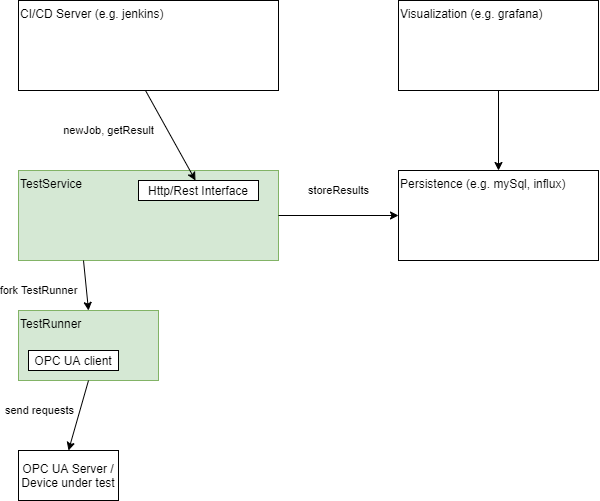
This is drawio/architecture.png from matkonnerth/opcuatesttool, a draw.io export, as it was before one commit. Source tidied: cells renumbered, new cells last; positions are measured from the earlier drawing's top-left corner, leaving out a move shared by most shapes. Its diagram source:
```xml
<mxGraphModel>
  <root>
    <mxCell id="0" />
    <mxCell id="1" parent="0" />
    <mxCell id="2" value="TestRunner" style="rounded=0;whiteSpace=wrap;html=1;align=left;verticalAlign=top;fillColor=#d5e8d4;strokeColor=#82b366;" parent="1" vertex="1">
      <mxGeometry y="310" width="140" height="70" as="geometry" />
    </mxCell>
    <mxCell id="3" value="TestService" style="rounded=0;whiteSpace=wrap;html=1;align=left;verticalAlign=top;fillColor=#d5e8d4;strokeColor=#82b366;" parent="1" vertex="1">
      <mxGeometry y="170" width="260" height="90" as="geometry" />
    </mxCell>
    <mxCell id="4" value="Http/Rest Interface" style="rounded=0;whiteSpace=wrap;html=1;" parent="1" vertex="1">
      <mxGeometry x="120" y="180" width="120" height="20" as="geometry" />
    </mxCell>
    <mxCell id="5" value="OPC UA client" style="rounded=0;whiteSpace=wrap;html=1;" parent="1" vertex="1">
      <mxGeometry x="10" y="350" width="90" height="20" as="geometry" />
    </mxCell>
    <mxCell id="6" value="OPC UA Server / Device under test" style="rounded=0;whiteSpace=wrap;html=1;" parent="1" vertex="1">
      <mxGeometry y="450" width="100" height="50" as="geometry" />
    </mxCell>
    <mxCell id="7" value="CI/CD Server (e.g. jenkins)" style="rounded=0;whiteSpace=wrap;html=1;align=left;verticalAlign=top;" parent="1" vertex="1">
      <mxGeometry width="260" height="90" as="geometry" />
    </mxCell>
    <mxCell id="8" value="Persistence (e.g. mySql, influx)" style="rounded=0;whiteSpace=wrap;html=1;align=left;verticalAlign=top;" parent="1" vertex="1">
      <mxGeometry x="380" y="170" width="200" height="90" as="geometry" />
    </mxCell>
    <mxCell id="9" value="newJob, getResult" style="endArrow=classic;html=1;entryX=0.5;entryY=0;entryDx=0;entryDy=0;exitX=0.5;exitY=1;exitDx=0;exitDy=0;" parent="1" edge="1">
      <mxGeometry x="-0.67" y="-52" relative="1" as="geometry">
        <mxPoint x="127" y="90" as="sourcePoint" />
        <mxPoint x="177" y="180" as="targetPoint" />
      </mxGeometry>
    </mxCell>
    <mxCell id="10" value="fork TestRunner" style="endArrow=classic;html=1;entryX=0.5;entryY=0;entryDx=0;entryDy=0;exitX=0.25;exitY=1;exitDx=0;exitDy=0;" parent="1" edge="1" source="3" target="2">
      <mxGeometry x="0.01" y="-48" relative="1" as="geometry" />
    </mxCell>
    <mxCell id="11" style="endArrow=classic;html=1;entryX=0.5;entryY=0;entryDx=0;entryDy=0;exitX=0.5;exitY=1;exitDx=0;exitDy=0;" parent="1" edge="1" source="2" target="6">
      <mxGeometry relative="1" as="geometry" />
    </mxCell>
    <mxCell id="12" value="send requests" style="edgeLabel;html=1;align=center;verticalAlign=middle;" parent="11" vertex="1">
      <mxGeometry x="-0.46" y="2" relative="1" as="geometry">
        <mxPoint x="-46.7" y="11.2" as="offset" />
      </mxGeometry>
    </mxCell>
    <mxCell id="13" value="Visualization (e.g. grafana)" style="rounded=0;whiteSpace=wrap;html=1;align=left;verticalAlign=top;" parent="1" vertex="1">
      <mxGeometry x="380" width="200" height="90" as="geometry" />
    </mxCell>
    <mxCell id="14" style="endArrow=classic;html=1;entryX=0.5;entryY=0;entryDx=0;entryDy=0;exitX=0.5;exitY=1;exitDx=0;exitDy=0;" parent="1" edge="1" source="13" target="8">
      <mxGeometry relative="1" as="geometry" />
    </mxCell>
    <mxCell id="15" value="storeResults" style="endArrow=classic;html=1;entryX=0;entryY=0.5;entryDx=0;entryDy=0;exitX=1;exitY=0.5;exitDx=0;exitDy=0;" parent="1" edge="1" source="3" target="8">
      <mxGeometry y="25" relative="1" as="geometry" />
    </mxCell>
  </root>
</mxGraphModel>
```
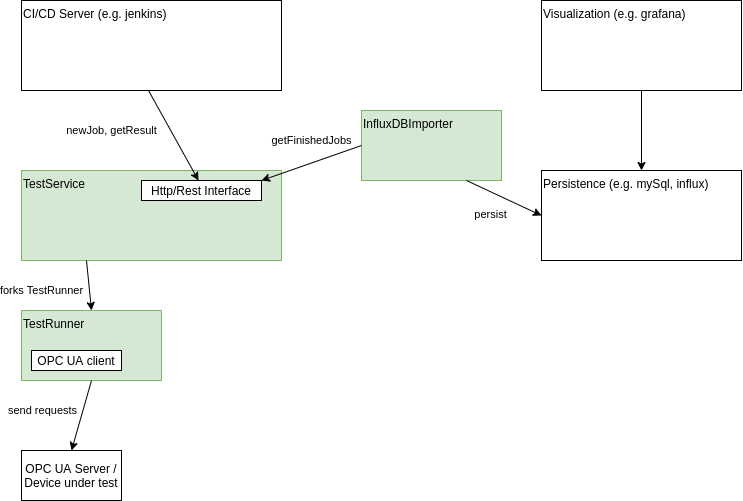
After the commit.

The edit, as a diff of the source:
```diff
@@ -21,7 +21,7 @@
       <mxGeometry width="260" height="90" as="geometry" />
     </mxCell>
     <mxCell id="8" value="Persistence (e.g. mySql, influx)" style="rounded=0;whiteSpace=wrap;html=1;align=left;verticalAlign=top;" parent="1" vertex="1">
-      <mxGeometry x="380" y="170" width="200" height="90" as="geometry" />
+      <mxGeometry x="520" y="170" width="200" height="90" as="geometry" />
     </mxCell>
     <mxCell id="9" value="newJob, getResult" style="endArrow=classic;html=1;entryX=0.5;entryY=0;entryDx=0;entryDy=0;exitX=0.5;exitY=1;exitDx=0;exitDy=0;" parent="1" edge="1">
       <mxGeometry x="-0.67" y="-52" relative="1" as="geometry">
@@ -29,7 +29,7 @@
         <mxPoint x="177" y="180" as="targetPoint" />
       </mxGeometry>
     </mxCell>
-    <mxCell id="10" value="fork TestRunner" style="endArrow=classic;html=1;entryX=0.5;entryY=0;entryDx=0;entryDy=0;exitX=0.25;exitY=1;exitDx=0;exitDy=0;" parent="1" edge="1" source="3" target="2">
+    <mxCell id="10" value="forks TestRunner" style="endArrow=classic;html=1;entryX=0.5;entryY=0;entryDx=0;entryDy=0;exitX=0.25;exitY=1;exitDx=0;exitDy=0;" parent="1" edge="1" source="3" target="2">
       <mxGeometry x="0.01" y="-48" relative="1" as="geometry" />
     </mxCell>
     <mxCell id="11" style="endArrow=classic;html=1;entryX=0.5;entryY=0;entryDx=0;entryDy=0;exitX=0.5;exitY=1;exitDx=0;exitDy=0;" parent="1" edge="1" source="2" target="6">
@@ -41,13 +41,19 @@
       </mxGeometry>
     </mxCell>
     <mxCell id="13" value="Visualization (e.g. grafana)" style="rounded=0;whiteSpace=wrap;html=1;align=left;verticalAlign=top;" parent="1" vertex="1">
-      <mxGeometry x="380" width="200" height="90" as="geometry" />
+      <mxGeometry x="520" width="200" height="90" as="geometry" />
     </mxCell>
     <mxCell id="14" style="endArrow=classic;html=1;entryX=0.5;entryY=0;entryDx=0;entryDy=0;exitX=0.5;exitY=1;exitDx=0;exitDy=0;" parent="1" edge="1" source="13" target="8">
       <mxGeometry relative="1" as="geometry" />
     </mxCell>
-    <mxCell id="15" value="storeResults" style="endArrow=classic;html=1;entryX=0;entryY=0.5;entryDx=0;entryDy=0;exitX=1;exitY=0.5;exitDx=0;exitDy=0;" parent="1" edge="1" source="3" target="8">
-      <mxGeometry y="25" relative="1" as="geometry" />
-    </mxCell>
+    <mxCell id="16" value="InfluxDBImporter" style="rounded=0;whiteSpace=wrap;html=1;align=left;verticalAlign=top;fillColor=#d5e8d4;strokeColor=#82b366;" parent="1" vertex="1">
+      <mxGeometry x="340" y="110" width="140" height="70" as="geometry" />
+    </mxCell>
+    <mxCell id="17" value="getFinishedJobs" style="endArrow=classic;html=1;exitX=0;exitY=0.5;exitDx=0;exitDy=0;entryX=1;entryY=0;entryDx=0;entryDy=0;" parent="1" edge="1" source="16" target="4">
+      <mxGeometry x="-0.14" y="-21" relative="1" as="geometry" />
+    </mxCell>
+    <mxCell id="18" value="persist" style="endArrow=classic;html=1;exitX=0.75;exitY=1;exitDx=0;exitDy=0;entryX=0;entryY=0.5;entryDx=0;entryDy=0;" parent="1" edge="1" source="16" target="8">
+      <mxGeometry x="-0.14" y="-21" relative="1" as="geometry" />
+    </mxCell>
   </root>
 </mxGraphModel>
```
